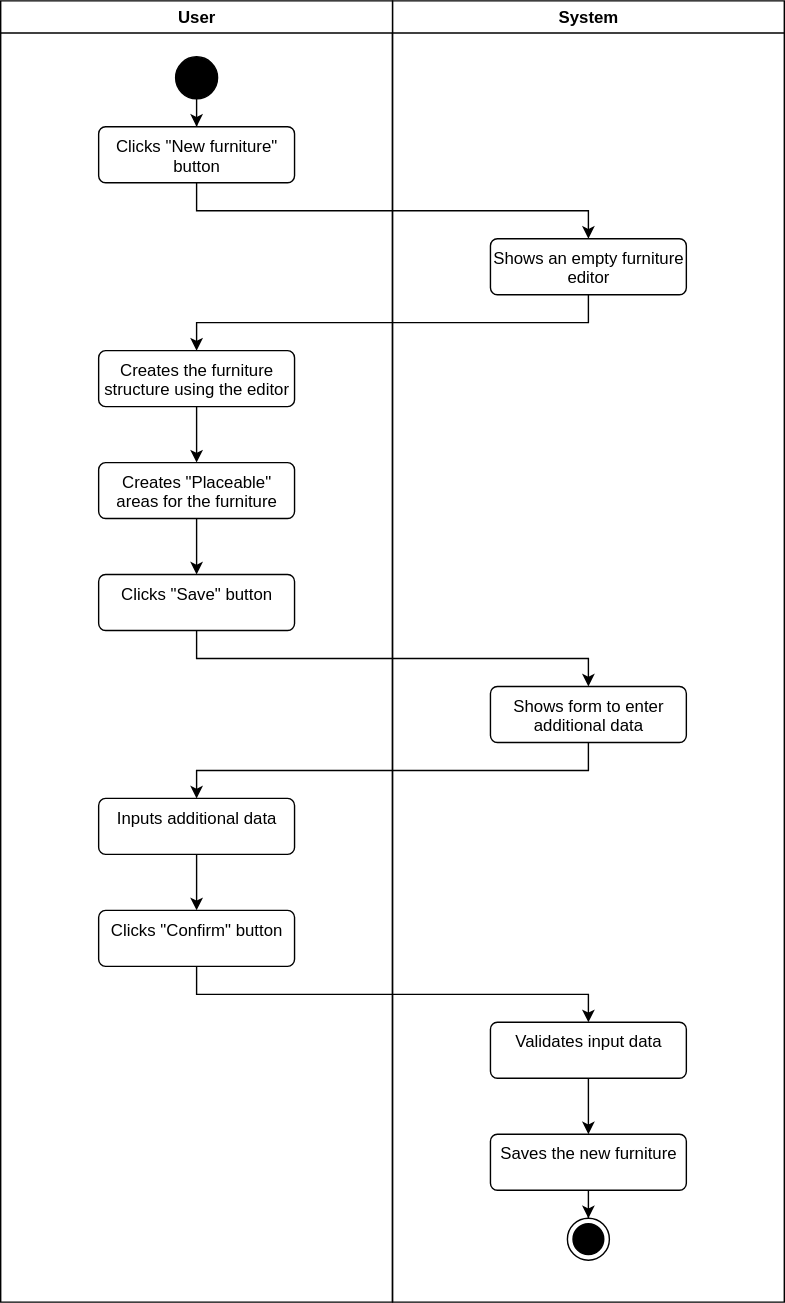
The draw.io diagram diagrams/add-furniture.svg in notSnuffy/Warehouse-Manager, before a commit. Source tidied: cells renumbered, new cells last; positions are measured from the earlier drawing's top-left corner, leaving out a move shared by most shapes. Its diagram source:
```xml
<mxGraphModel>
  <root>
    <mxCell id="0" />
    <mxCell id="1" parent="0" />
    <mxCell id="2" value="System" style="swimlane;whiteSpace=wrap;labelBackgroundColor=none;rounded=0;strokeColor=light-dark(#000000,#000000);" parent="1" vertex="1">
      <mxGeometry x="280" width="280" height="930" as="geometry" />
    </mxCell>
    <mxCell id="3" style="ellipse;html=1;shape=endState;labelBackgroundColor=none;rounded=0;strokeColor=light-dark(#000000,#000000);fillColor=light-dark(#000000,#000000);" parent="2" vertex="1">
      <mxGeometry x="125" y="870" width="30" height="30" as="geometry" />
    </mxCell>
    <mxCell id="4" value="User" style="swimlane;whiteSpace=wrap;labelBackgroundColor=none;rounded=0;strokeColor=light-dark(#000000,#000000);" parent="2" vertex="1">
      <mxGeometry x="-280" width="280" height="930" as="geometry" />
    </mxCell>
    <mxCell id="5" style="edgeStyle=orthogonalEdgeStyle;rounded=0;jettySize=auto;html=1;labelBackgroundColor=none;fontColor=default;strokeColor=light-dark(#000000,#000000);" parent="4" edge="1" source="6" target="7">
      <mxGeometry relative="1" as="geometry" />
    </mxCell>
    <mxCell id="6" style="ellipse;html=1;labelBackgroundColor=none;rounded=0;strokeColor=light-dark(#000000,#000000);fillColor=light-dark(#000000,#000000);" parent="4" vertex="1">
      <mxGeometry x="125" y="40" width="30" height="30" as="geometry" />
    </mxCell>
    <mxCell id="7" value="Clicks &quot;New furniture&quot; button" style="html=1;align=center;verticalAlign=top;rounded=1;absoluteArcSize=1;arcSize=10;dashed=0;whiteSpace=wrap;labelBackgroundColor=none;strokeColor=light-dark(#000000,#000000);" parent="4" vertex="1">
      <mxGeometry x="70" y="90" width="140" height="40" as="geometry" />
    </mxCell>
    <mxCell id="8" style="edgeStyle=orthogonalEdgeStyle;rounded=0;jettySize=auto;html=1;labelBackgroundColor=none;fontColor=default;strokeColor=light-dark(#000000,#000000);" parent="4" edge="1" source="9" target="10">
      <mxGeometry relative="1" as="geometry" />
    </mxCell>
    <mxCell id="9" value="Creates &quot;Placeable&quot; areas for the furniture" style="html=1;align=center;verticalAlign=top;rounded=1;absoluteArcSize=1;arcSize=10;dashed=0;whiteSpace=wrap;labelBackgroundColor=none;strokeColor=light-dark(#000000,#000000);" parent="4" vertex="1">
      <mxGeometry x="70" y="330" width="140" height="40" as="geometry" />
    </mxCell>
    <mxCell id="10" value="Clicks &quot;Save&quot; button" style="html=1;align=center;verticalAlign=top;rounded=1;absoluteArcSize=1;arcSize=10;dashed=0;whiteSpace=wrap;labelBackgroundColor=none;strokeColor=light-dark(#000000,#000000);" parent="4" vertex="1">
      <mxGeometry x="70" y="410" width="140" height="40" as="geometry" />
    </mxCell>
    <mxCell id="11" style="edgeStyle=orthogonalEdgeStyle;rounded=0;jettySize=auto;html=1;labelBackgroundColor=none;fontColor=default;strokeColor=light-dark(#000000,#000000);" parent="4" edge="1" source="12" target="13">
      <mxGeometry relative="1" as="geometry" />
    </mxCell>
    <mxCell id="12" value="Inputs additional data" style="html=1;align=center;verticalAlign=top;rounded=1;absoluteArcSize=1;arcSize=10;dashed=0;whiteSpace=wrap;labelBackgroundColor=none;strokeColor=light-dark(#000000,#000000);" parent="4" vertex="1">
      <mxGeometry x="70" y="570" width="140" height="40" as="geometry" />
    </mxCell>
    <mxCell id="13" value="Clicks &quot;Confirm&quot; button" style="html=1;align=center;verticalAlign=top;rounded=1;absoluteArcSize=1;arcSize=10;dashed=0;whiteSpace=wrap;labelBackgroundColor=none;strokeColor=light-dark(#000000,#000000);" parent="4" vertex="1">
      <mxGeometry x="70" y="650" width="140" height="40" as="geometry" />
    </mxCell>
    <mxCell id="14" value="Creates the furniture structure using the editor" style="html=1;align=center;verticalAlign=top;rounded=1;absoluteArcSize=1;arcSize=10;dashed=0;whiteSpace=wrap;labelBackgroundColor=none;strokeColor=light-dark(#000000,#000000);" parent="4" vertex="1">
      <mxGeometry x="70" y="250" width="140" height="40" as="geometry" />
    </mxCell>
    <mxCell id="15" style="edgeStyle=orthogonalEdgeStyle;rounded=0;jettySize=auto;html=1;entryX=0.5;entryY=0;entryDx=0;entryDy=0;labelBackgroundColor=none;fontColor=default;strokeColor=light-dark(#000000,#000000);" parent="4" edge="1" source="14" target="9">
      <mxGeometry relative="1" as="geometry" />
    </mxCell>
    <mxCell id="16" style="edgeStyle=orthogonalEdgeStyle;rounded=0;jettySize=auto;html=1;labelBackgroundColor=none;fontColor=default;strokeColor=light-dark(#000000,#000000);" parent="2" edge="1" source="17" target="3">
      <mxGeometry relative="1" as="geometry" />
    </mxCell>
    <mxCell id="17" value="Saves the new furniture" style="html=1;align=center;verticalAlign=top;rounded=1;absoluteArcSize=1;arcSize=10;dashed=0;whiteSpace=wrap;labelBackgroundColor=none;strokeColor=light-dark(#000000,#000000);" parent="2" vertex="1">
      <mxGeometry x="70" y="810" width="140" height="40" as="geometry" />
    </mxCell>
    <mxCell id="18" style="edgeStyle=orthogonalEdgeStyle;rounded=0;jettySize=auto;html=1;labelBackgroundColor=none;fontColor=default;strokeColor=light-dark(#000000,#000000);" parent="2" edge="1" source="25" target="14">
      <mxGeometry relative="1" as="geometry">
        <Array as="points">
          <mxPoint x="140" y="230" />
          <mxPoint x="-140" y="230" />
        </Array>
      </mxGeometry>
    </mxCell>
    <mxCell id="19" style="edgeStyle=orthogonalEdgeStyle;rounded=0;jettySize=auto;html=1;labelBackgroundColor=none;fontColor=default;strokeColor=light-dark(#000000,#000000);" parent="2" edge="1" source="20" target="17">
      <mxGeometry relative="1" as="geometry" />
    </mxCell>
    <mxCell id="20" value="Validates input data" style="html=1;align=center;verticalAlign=top;rounded=1;absoluteArcSize=1;arcSize=10;dashed=0;whiteSpace=wrap;labelBackgroundColor=none;strokeColor=light-dark(#000000,#000000);" parent="2" vertex="1">
      <mxGeometry x="70" y="730" width="140" height="40" as="geometry" />
    </mxCell>
    <mxCell id="21" style="edgeStyle=orthogonalEdgeStyle;rounded=0;jettySize=auto;html=1;entryX=0.5;entryY=0;entryDx=0;entryDy=0;strokeColor=light-dark(#000000,#000000);" parent="2" edge="1" source="22" target="12">
      <mxGeometry relative="1" as="geometry">
        <Array as="points">
          <mxPoint x="140" y="550" />
          <mxPoint x="-140" y="550" />
        </Array>
      </mxGeometry>
    </mxCell>
    <mxCell id="22" value="Shows form to enter additional data" style="html=1;align=center;verticalAlign=top;rounded=1;absoluteArcSize=1;arcSize=10;dashed=0;whiteSpace=wrap;labelBackgroundColor=none;strokeColor=light-dark(#000000,#000000);" parent="2" vertex="1">
      <mxGeometry x="70" y="490" width="140" height="40" as="geometry" />
    </mxCell>
    <mxCell id="23" style="edgeStyle=orthogonalEdgeStyle;rounded=0;jettySize=auto;html=1;strokeColor=light-dark(#000000,#000000);" parent="2" edge="1" source="10" target="22">
      <mxGeometry relative="1" as="geometry">
        <Array as="points">
          <mxPoint x="-140" y="470" />
          <mxPoint x="140" y="470" />
        </Array>
      </mxGeometry>
    </mxCell>
    <mxCell id="24" style="edgeStyle=orthogonalEdgeStyle;rounded=0;jettySize=auto;html=1;entryX=0.5;entryY=0;entryDx=0;entryDy=0;strokeColor=light-dark(#000000,#000000);" parent="2" edge="1" source="13" target="20">
      <mxGeometry relative="1" as="geometry">
        <Array as="points">
          <mxPoint x="-140" y="710" />
          <mxPoint x="140" y="710" />
        </Array>
      </mxGeometry>
    </mxCell>
    <mxCell id="25" value="Shows an empty furniture editor" style="html=1;align=center;verticalAlign=top;rounded=1;absoluteArcSize=1;arcSize=10;dashed=0;whiteSpace=wrap;labelBackgroundColor=none;strokeColor=light-dark(#000000,#000000);" parent="2" vertex="1">
      <mxGeometry x="70" y="170" width="140" height="40" as="geometry" />
    </mxCell>
    <mxCell id="26" style="edgeStyle=orthogonalEdgeStyle;rounded=0;jettySize=auto;html=1;labelBackgroundColor=none;fontColor=default;strokeColor=light-dark(#000000,#000000);" parent="2" edge="1" source="7" target="25">
      <mxGeometry relative="1" as="geometry">
        <Array as="points">
          <mxPoint x="-140" y="150" />
          <mxPoint x="140" y="150" />
        </Array>
      </mxGeometry>
    </mxCell>
  </root>
</mxGraphModel>
```
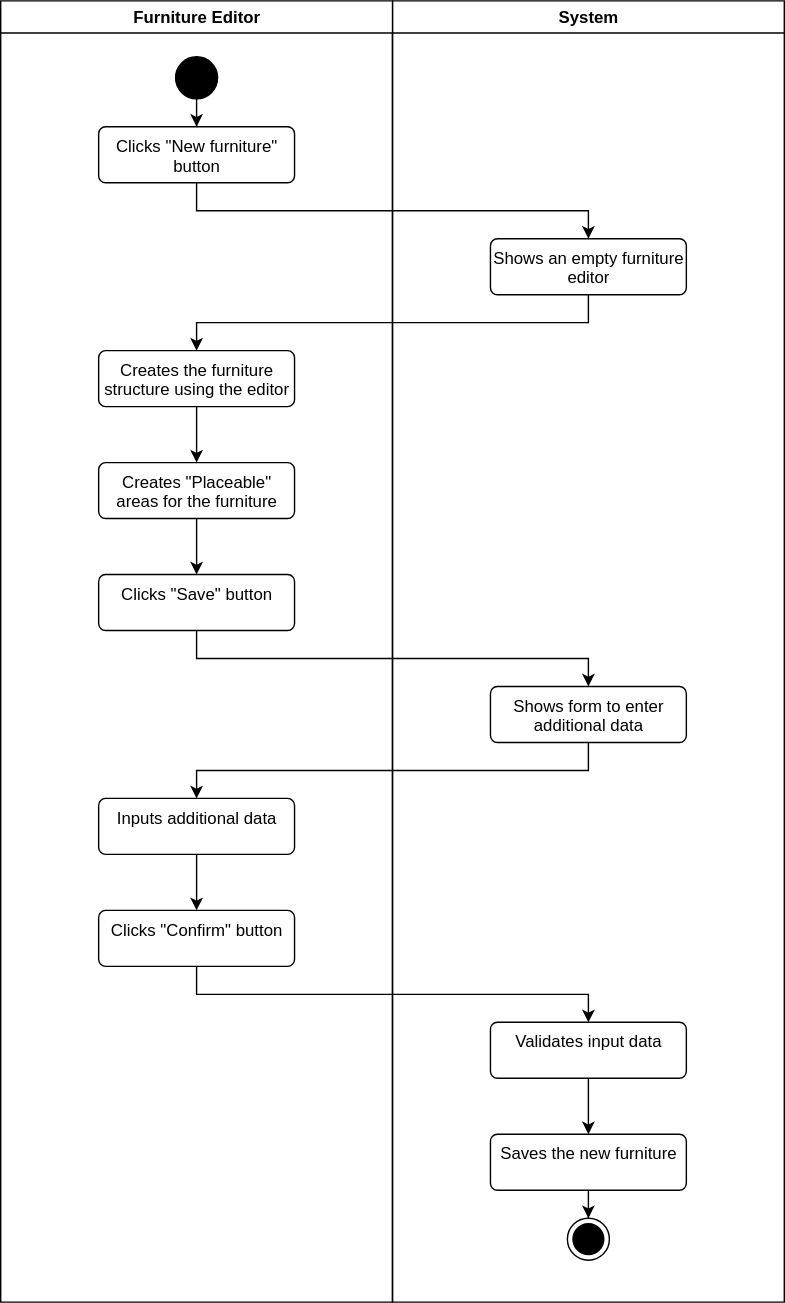
The same file after the commit.

Change to the diagram source:
```diff
@@ -8,7 +8,7 @@
     <mxCell id="3" style="ellipse;html=1;shape=endState;labelBackgroundColor=none;rounded=0;strokeColor=light-dark(#000000,#000000);fillColor=light-dark(#000000,#000000);" parent="2" vertex="1">
       <mxGeometry x="125" y="870" width="30" height="30" as="geometry" />
     </mxCell>
-    <mxCell id="4" value="User" style="swimlane;whiteSpace=wrap;labelBackgroundColor=none;rounded=0;strokeColor=light-dark(#000000,#000000);" parent="2" vertex="1">
+    <mxCell id="4" value="Furniture Editor" style="swimlane;whiteSpace=wrap;labelBackgroundColor=none;rounded=0;strokeColor=light-dark(#000000,#000000);" parent="2" vertex="1">
       <mxGeometry x="-280" width="280" height="930" as="geometry" />
     </mxCell>
     <mxCell id="5" style="edgeStyle=orthogonalEdgeStyle;rounded=0;jettySize=auto;html=1;labelBackgroundColor=none;fontColor=default;strokeColor=light-dark(#000000,#000000);" parent="4" edge="1" source="6" target="7">
```
